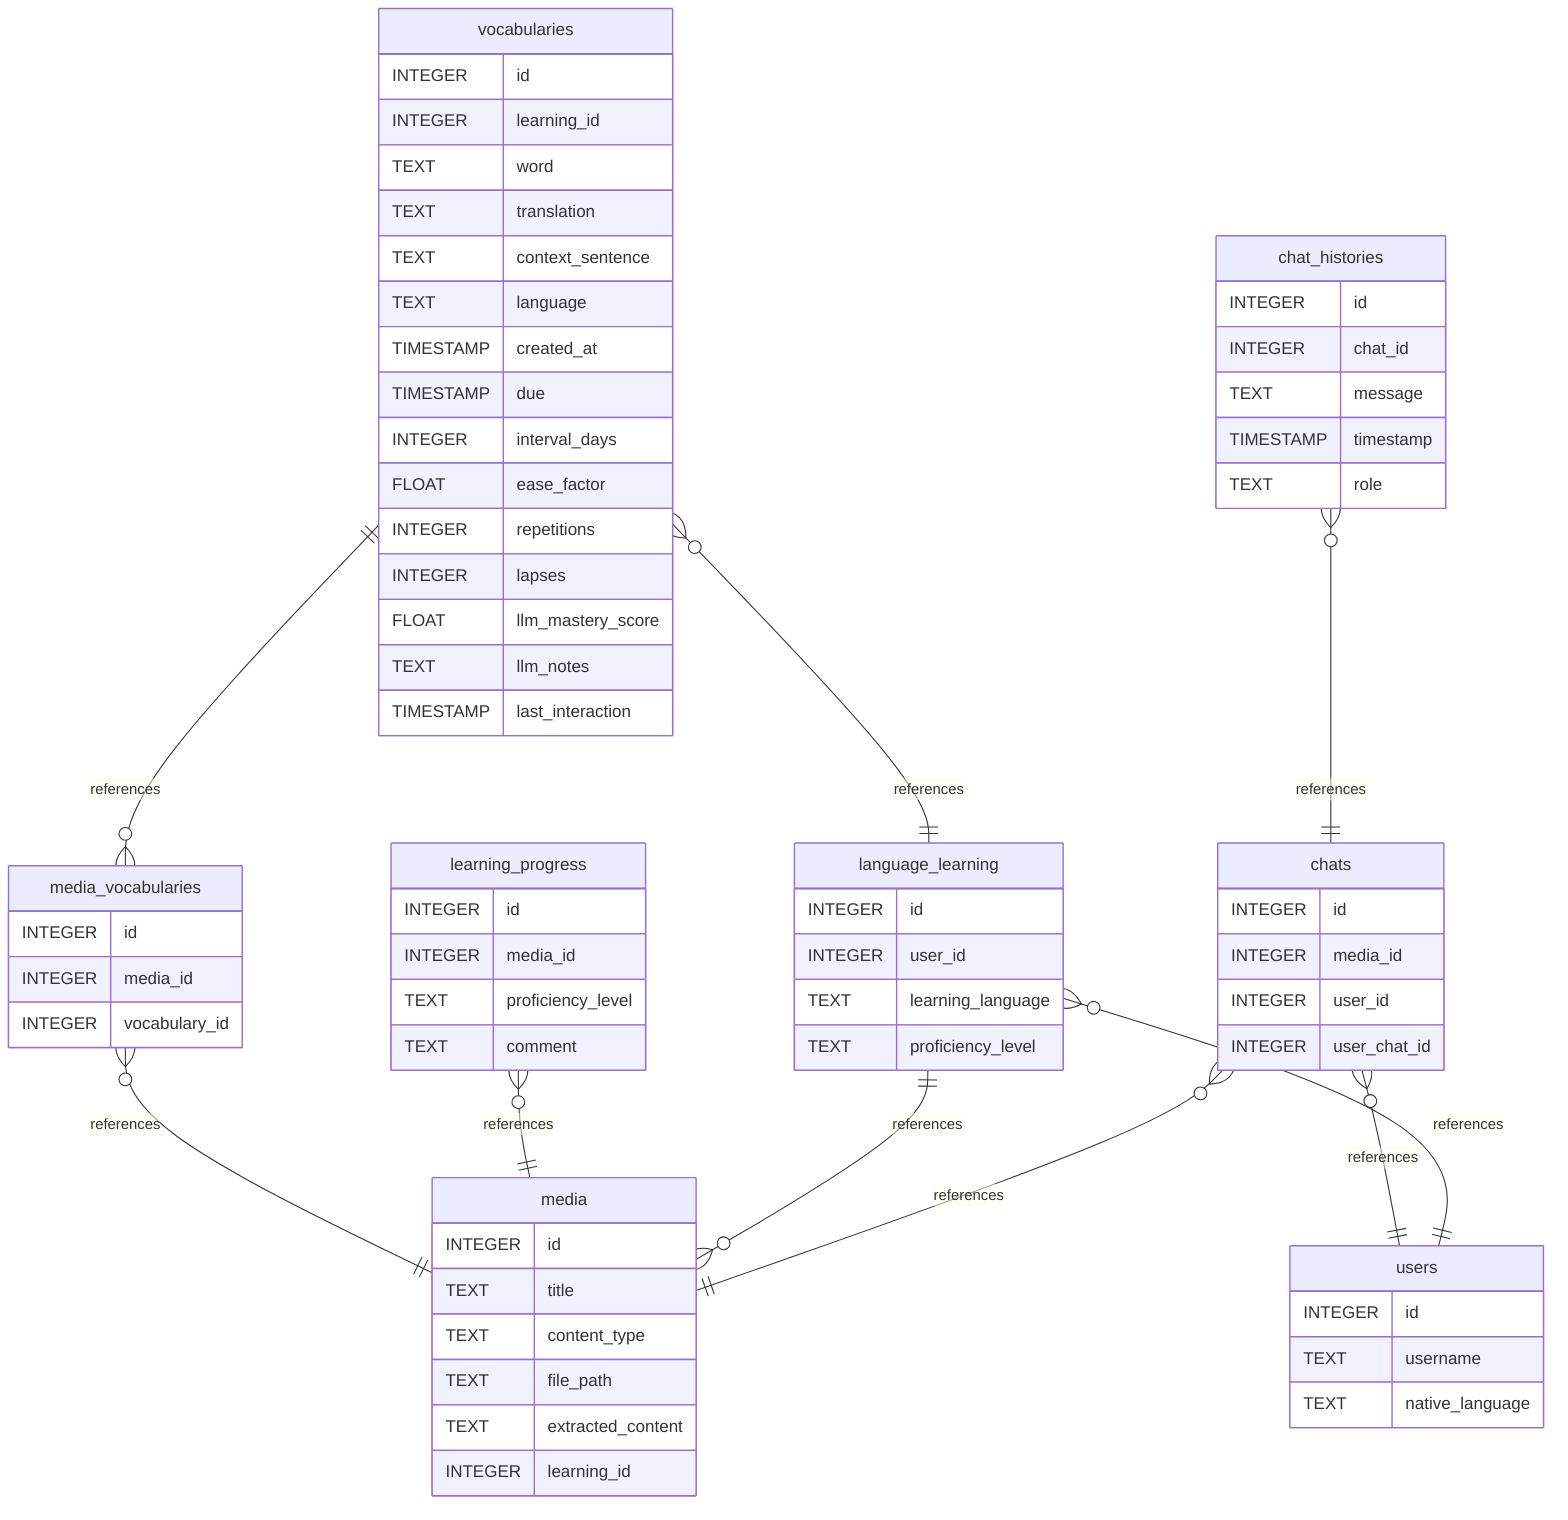
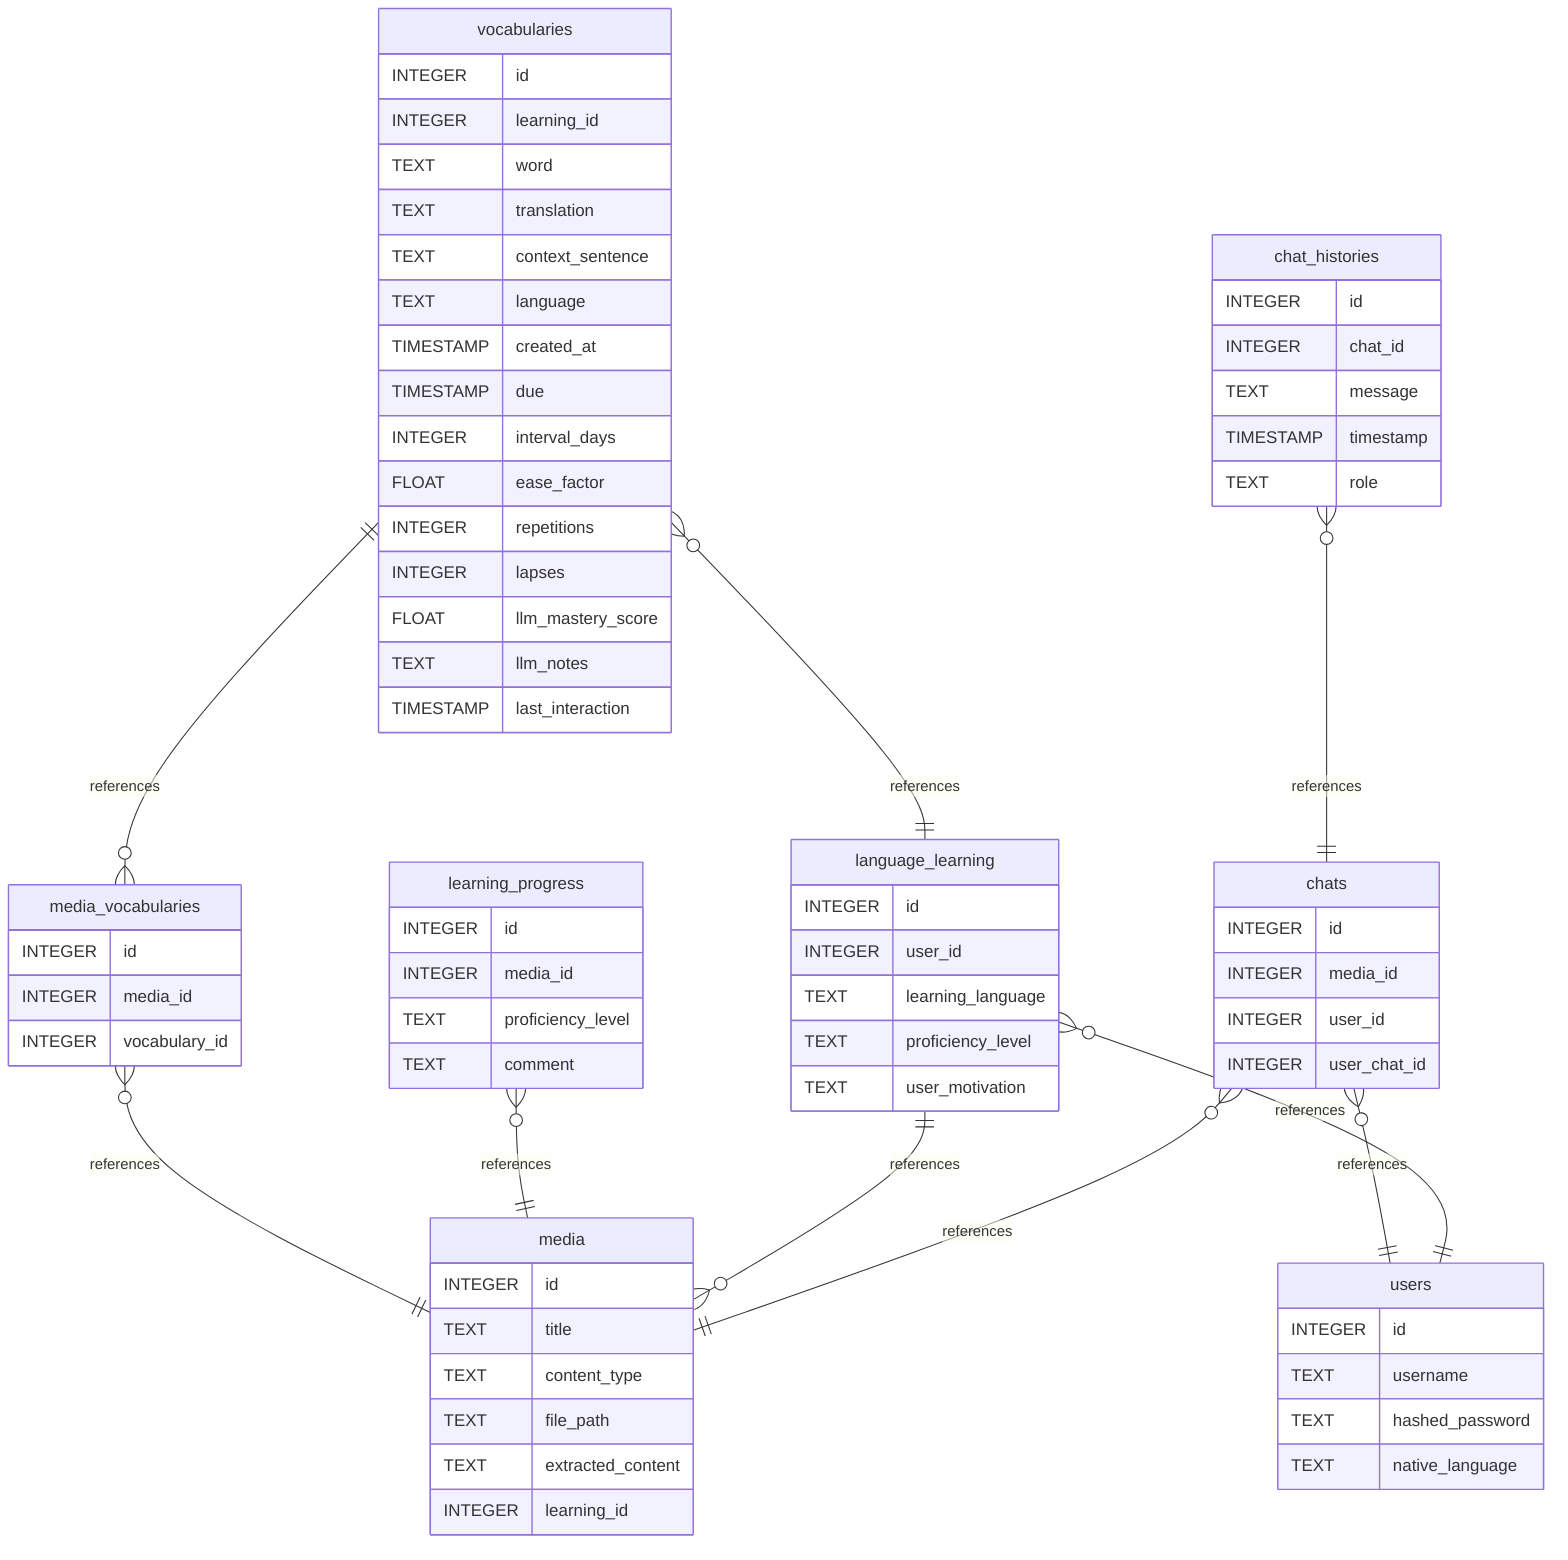
erDiagram
    chat_histories }o--|| chats: references
    chats }o--|| media: references
    language_learning }o--|| users: references
    language_learning ||--o{ media: references
    learning_progress }o--|| media: references
    media_vocabularies }o--|| media: references
    vocabularies ||--o{ media_vocabularies: references
    vocabularies }o--|| language_learning: references
    chats }o--|| users: references

    users {
        INTEGER id
        TEXT username
+         TEXT hashed_password
        TEXT native_language
    }

    media {
        INTEGER id
        TEXT title
        TEXT content_type
        TEXT file_path
        TEXT extracted_content
        INTEGER learning_id
    }

    vocabularies {
        INTEGER id
        INTEGER learning_id
        TEXT word
        TEXT translation
        TEXT context_sentence
        TEXT language
        TIMESTAMP created_at
        TIMESTAMP due
        INTEGER interval_days
        FLOAT ease_factor
        INTEGER repetitions
        INTEGER lapses
        FLOAT llm_mastery_score
        TEXT llm_notes
        TIMESTAMP last_interaction
    }

    chats {
        INTEGER id
        INTEGER media_id
        INTEGER user_id
        INTEGER user_chat_id
    }

    chat_histories {
        INTEGER id
        INTEGER chat_id
        TEXT message
        TIMESTAMP timestamp
        TEXT role
    }

    language_learning {
        INTEGER id
        INTEGER user_id
        TEXT learning_language
        TEXT proficiency_level
+         TEXT user_motivation
    }

    learning_progress {
        INTEGER id
        INTEGER media_id
        TEXT proficiency_level
        TEXT comment
    }

    media_vocabularies {
        INTEGER id
        INTEGER media_id
        INTEGER vocabulary_id
    }